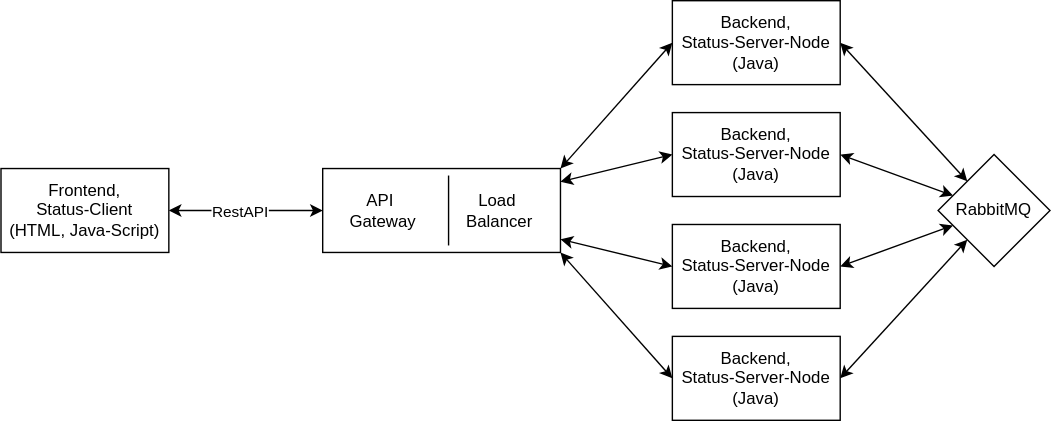
The draw.io diagram Aufgabe1-Architektur.svg in kammererlara/tevs_aufgabe1_kammerer_neuhold, before a commit. Source tidied: cells renumbered, new cells last; positions are measured from the earlier drawing's top-left corner, leaving out a move shared by most shapes. Its diagram source:
```xml
<mxGraphModel>
  <root>
    <mxCell id="0" />
    <mxCell id="1" parent="0" />
    <mxCell id="2" style="rounded=0;jettySize=auto;html=1;startArrow=classic;startFill=1;exitX=1;exitY=0;exitDx=0;exitDy=0;entryX=0;entryY=0.5;entryDx=0;entryDy=0;" parent="1" edge="1" source="6" target="8">
      <mxGeometry relative="1" as="geometry" />
    </mxCell>
    <mxCell id="3" style="rounded=0;jettySize=auto;html=1;startArrow=classic;startFill=1;entryX=0;entryY=0.5;entryDx=0;entryDy=0;" parent="1" edge="1" source="6" target="17">
      <mxGeometry relative="1" as="geometry" />
    </mxCell>
    <mxCell id="4" style="rounded=0;jettySize=auto;html=1;startArrow=classic;startFill=1;entryX=0;entryY=0.5;entryDx=0;entryDy=0;" parent="1" edge="1" source="6" target="13">
      <mxGeometry relative="1" as="geometry" />
    </mxCell>
    <mxCell id="5" style="rounded=0;jettySize=auto;html=1;startArrow=classic;startFill=1;exitX=1;exitY=1;exitDx=0;exitDy=0;entryX=0;entryY=0.5;entryDx=0;entryDy=0;" parent="1" edge="1" source="6" target="15">
      <mxGeometry relative="1" as="geometry" />
    </mxCell>
    <mxCell id="6" value="API &lt;span style=&quot;white-space: pre;&quot;&gt;&#9;&lt;/span&gt;&lt;span style=&quot;white-space: pre;&quot;&gt;&#9;&lt;span style=&quot;white-space: pre;&quot;&gt;&#9;&lt;/span&gt;&lt;/span&gt;Load&lt;div&gt;Gateway&lt;span style=&quot;white-space: pre;&quot;&gt;&#9;&lt;/span&gt;&lt;span style=&quot;white-space: pre;&quot;&gt;&#9;&lt;/span&gt; Balancer&lt;/div&gt;" style="rounded=0;whiteSpace=wrap;html=1;" parent="1" vertex="1">
      <mxGeometry x="230" y="120" width="170" height="60" as="geometry" />
    </mxCell>
    <mxCell id="7" style="rounded=0;jettySize=auto;html=1;endArrow=classic;startFill=1;endFill=1;startArrow=classic;exitX=1;exitY=0.5;exitDx=0;exitDy=0;" parent="1" edge="1" source="8" target="18">
      <mxGeometry relative="1" as="geometry" />
    </mxCell>
    <mxCell id="8" value="Backend,&lt;div&gt;Status-Server-Node&lt;/div&gt;&lt;div&gt;(Java)&lt;/div&gt;" style="rounded=0;whiteSpace=wrap;html=1;" parent="1" vertex="1">
      <mxGeometry x="480" width="120" height="60" as="geometry" />
    </mxCell>
    <mxCell id="9" style="edgeStyle=orthogonalEdgeStyle;rounded=0;jettySize=auto;html=1;startArrow=classic;startFill=1;" parent="1" edge="1" source="11" target="6">
      <mxGeometry relative="1" as="geometry" />
    </mxCell>
    <mxCell id="10" value="RestAPI" style="edgeLabel;html=1;align=center;verticalAlign=middle;" parent="9" vertex="1">
      <mxGeometry x="0.12" y="1" relative="1" as="geometry">
        <mxPoint x="-12" y="1" as="offset" />
      </mxGeometry>
    </mxCell>
    <mxCell id="11" value="Frontend,&lt;br&gt;&lt;div&gt;Status-Client&lt;/div&gt;&lt;div&gt;(HTML, Java-Script)&lt;/div&gt;" style="rounded=0;whiteSpace=wrap;html=1;" parent="1" vertex="1">
      <mxGeometry y="120" width="120" height="60" as="geometry" />
    </mxCell>
    <mxCell id="12" style="rounded=0;jettySize=auto;html=1;endArrow=classic;startFill=1;endFill=1;startArrow=classic;exitX=1;exitY=0.5;exitDx=0;exitDy=0;" parent="1" edge="1" source="13" target="18">
      <mxGeometry relative="1" as="geometry" />
    </mxCell>
    <mxCell id="13" value="Backend,&lt;div&gt;Status-Server-Node&lt;/div&gt;&lt;div&gt;(Java)&lt;/div&gt;" style="rounded=0;whiteSpace=wrap;html=1;" parent="1" vertex="1">
      <mxGeometry x="480" y="160" width="120" height="60" as="geometry" />
    </mxCell>
    <mxCell id="14" style="rounded=0;jettySize=auto;html=1;endArrow=classic;startFill=1;endFill=1;startArrow=classic;exitX=1;exitY=0.5;exitDx=0;exitDy=0;" parent="1" edge="1" source="15" target="18">
      <mxGeometry relative="1" as="geometry" />
    </mxCell>
    <mxCell id="15" value="Backend,&lt;div&gt;Status-Server-Node&lt;/div&gt;&lt;div&gt;(Java)&lt;/div&gt;" style="rounded=0;whiteSpace=wrap;html=1;" parent="1" vertex="1">
      <mxGeometry x="480" y="240" width="120" height="60" as="geometry" />
    </mxCell>
    <mxCell id="16" style="rounded=0;jettySize=auto;html=1;endArrow=classic;startFill=1;endFill=1;startArrow=classic;exitX=1;exitY=0.5;exitDx=0;exitDy=0;" parent="1" edge="1" source="17" target="18">
      <mxGeometry relative="1" as="geometry" />
    </mxCell>
    <mxCell id="17" value="Backend,&lt;div&gt;Status-Server-Node&lt;/div&gt;&lt;div&gt;(Java)&lt;/div&gt;" style="rounded=0;whiteSpace=wrap;html=1;" parent="1" vertex="1">
      <mxGeometry x="480" y="80" width="120" height="60" as="geometry" />
    </mxCell>
    <mxCell id="18" value="&lt;div&gt;RabbitMQ&lt;/div&gt;" style="rhombus;whiteSpace=wrap;html=1;" parent="1" vertex="1">
      <mxGeometry x="670" y="110" width="80" height="80" as="geometry" />
    </mxCell>
    <mxCell id="19" style="endArrow=none;html=1;rounded=0;" parent="1" edge="1">
      <mxGeometry relative="1" as="geometry">
        <mxPoint x="320" y="175" as="sourcePoint" />
        <mxPoint x="320" y="125" as="targetPoint" />
        <Array as="points">
          <mxPoint x="320" y="125" />
        </Array>
      </mxGeometry>
    </mxCell>
  </root>
</mxGraphModel>
```
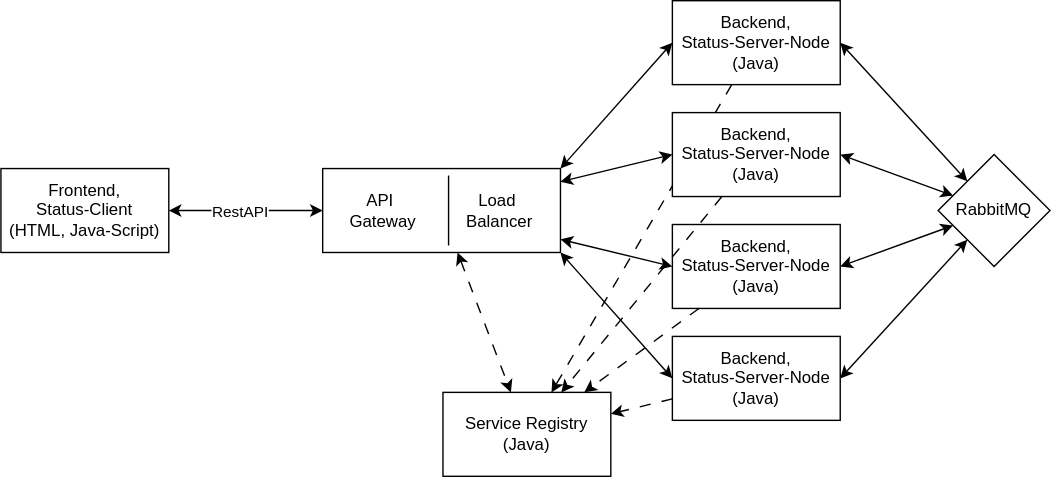
Later version of the same file.

Change to the diagram source:
```diff
@@ -14,12 +14,18 @@
     <mxCell id="5" style="rounded=0;jettySize=auto;html=1;startArrow=classic;startFill=1;exitX=1;exitY=1;exitDx=0;exitDy=0;entryX=0;entryY=0.5;entryDx=0;entryDy=0;" parent="1" edge="1" source="6" target="15">
       <mxGeometry relative="1" as="geometry" />
     </mxCell>
+    <mxCell id="20" style="rounded=0;jettySize=auto;html=1;dashed=1;dashPattern=8 8;startArrow=classic;startFill=1;" parent="1" edge="1" source="6" target="25">
+      <mxGeometry relative="1" as="geometry" />
+    </mxCell>
     <mxCell id="6" value="API &lt;span style=&quot;white-space: pre;&quot;&gt;&#9;&lt;/span&gt;&lt;span style=&quot;white-space: pre;&quot;&gt;&#9;&lt;span style=&quot;white-space: pre;&quot;&gt;&#9;&lt;/span&gt;&lt;/span&gt;Load&lt;div&gt;Gateway&lt;span style=&quot;white-space: pre;&quot;&gt;&#9;&lt;/span&gt;&lt;span style=&quot;white-space: pre;&quot;&gt;&#9;&lt;/span&gt; Balancer&lt;/div&gt;" style="rounded=0;whiteSpace=wrap;html=1;" parent="1" vertex="1">
       <mxGeometry x="230" y="120" width="170" height="60" as="geometry" />
     </mxCell>
     <mxCell id="7" style="rounded=0;jettySize=auto;html=1;endArrow=classic;startFill=1;endFill=1;startArrow=classic;exitX=1;exitY=0.5;exitDx=0;exitDy=0;" parent="1" edge="1" source="8" target="18">
       <mxGeometry relative="1" as="geometry" />
     </mxCell>
+    <mxCell id="21" style="rounded=0;jettySize=auto;html=1;dashed=1;dashPattern=8 8;" parent="1" edge="1" source="8" target="25">
+      <mxGeometry relative="1" as="geometry" />
+    </mxCell>
     <mxCell id="8" value="Backend,&lt;div&gt;Status-Server-Node&lt;/div&gt;&lt;div&gt;(Java)&lt;/div&gt;" style="rounded=0;whiteSpace=wrap;html=1;" parent="1" vertex="1">
       <mxGeometry x="480" width="120" height="60" as="geometry" />
     </mxCell>
@@ -37,18 +43,27 @@
     <mxCell id="12" style="rounded=0;jettySize=auto;html=1;endArrow=classic;startFill=1;endFill=1;startArrow=classic;exitX=1;exitY=0.5;exitDx=0;exitDy=0;" parent="1" edge="1" source="13" target="18">
       <mxGeometry relative="1" as="geometry" />
     </mxCell>
+    <mxCell id="22" style="rounded=0;jettySize=auto;html=1;dashed=1;dashPattern=8 8;" parent="1" edge="1" source="13" target="25">
+      <mxGeometry relative="1" as="geometry" />
+    </mxCell>
     <mxCell id="13" value="Backend,&lt;div&gt;Status-Server-Node&lt;/div&gt;&lt;div&gt;(Java)&lt;/div&gt;" style="rounded=0;whiteSpace=wrap;html=1;" parent="1" vertex="1">
       <mxGeometry x="480" y="160" width="120" height="60" as="geometry" />
     </mxCell>
     <mxCell id="14" style="rounded=0;jettySize=auto;html=1;endArrow=classic;startFill=1;endFill=1;startArrow=classic;exitX=1;exitY=0.5;exitDx=0;exitDy=0;" parent="1" edge="1" source="15" target="18">
       <mxGeometry relative="1" as="geometry" />
     </mxCell>
+    <mxCell id="23" style="rounded=0;jettySize=auto;html=1;dashed=1;dashPattern=8 8;" parent="1" edge="1" source="15" target="25">
+      <mxGeometry relative="1" as="geometry" />
+    </mxCell>
     <mxCell id="15" value="Backend,&lt;div&gt;Status-Server-Node&lt;/div&gt;&lt;div&gt;(Java)&lt;/div&gt;" style="rounded=0;whiteSpace=wrap;html=1;" parent="1" vertex="1">
       <mxGeometry x="480" y="240" width="120" height="60" as="geometry" />
     </mxCell>
     <mxCell id="16" style="rounded=0;jettySize=auto;html=1;endArrow=classic;startFill=1;endFill=1;startArrow=classic;exitX=1;exitY=0.5;exitDx=0;exitDy=0;" parent="1" edge="1" source="17" target="18">
       <mxGeometry relative="1" as="geometry" />
     </mxCell>
+    <mxCell id="24" style="rounded=0;jettySize=auto;html=1;dashed=1;dashPattern=8 8;" parent="1" edge="1" source="17" target="25">
+      <mxGeometry relative="1" as="geometry" />
+    </mxCell>
     <mxCell id="17" value="Backend,&lt;div&gt;Status-Server-Node&lt;/div&gt;&lt;div&gt;(Java)&lt;/div&gt;" style="rounded=0;whiteSpace=wrap;html=1;" parent="1" vertex="1">
       <mxGeometry x="480" y="80" width="120" height="60" as="geometry" />
     </mxCell>
@@ -64,5 +79,8 @@
         </Array>
       </mxGeometry>
     </mxCell>
+    <mxCell id="25" value="Service Registry&lt;div&gt;&lt;span style=&quot;background-color: transparent; color: light-dark(rgb(0, 0, 0), rgb(255, 255, 255));&quot;&gt;(Java)&lt;/span&gt;&lt;/div&gt;" style="rounded=0;whiteSpace=wrap;html=1;" parent="1" vertex="1">
+      <mxGeometry x="316" y="280" width="120" height="60" as="geometry" />
+    </mxCell>
   </root>
 </mxGraphModel>
```
